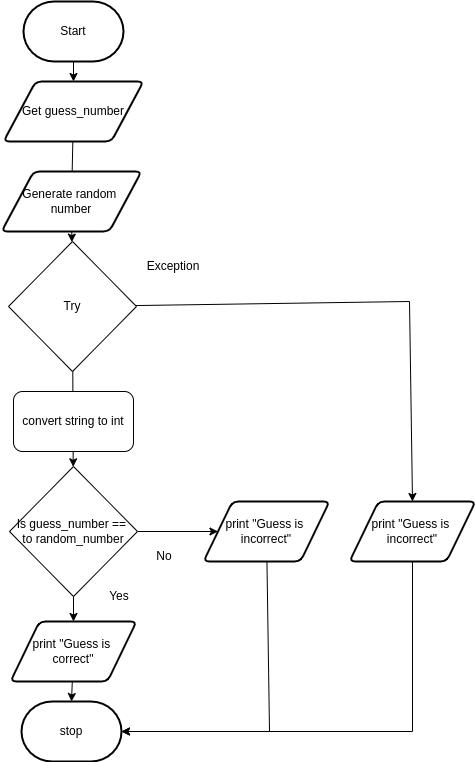
Earlier version of the draw.io export FlowChart3-06.png (JacksonNaufal/ICS3U-Unit3-06-Python). Source tidied: cells renumbered, new cells last; positions are measured from the earlier drawing's top-left corner, leaving out a move shared by most shapes.
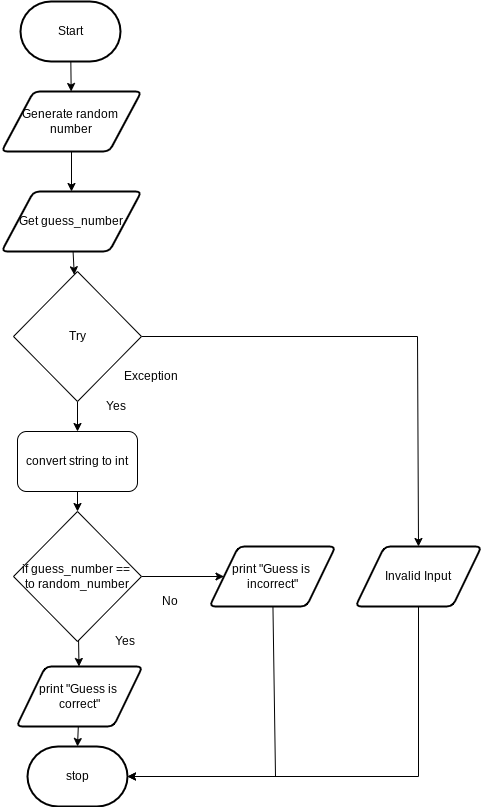
The same file after the commit.

What changed in the source:
```diff
@@ -2,23 +2,26 @@
   <root>
     <mxCell id="0" />
     <mxCell id="1" parent="0" />
-    <mxCell id="2" style="edgeStyle=none;html=1;" parent="1" edge="1" source="3" target="4">
-      <mxGeometry relative="1" as="geometry" />
-    </mxCell>
+    <mxCell id="25" style="edgeStyle=none;html=1;" parent="1" edge="1" source="3" target="16">
+      <mxGeometry relative="1" as="geometry" />
+    </mxCell>
     <mxCell id="3" value="Start" style="strokeWidth=2;html=1;shape=mxgraph.flowchart.terminator;whiteSpace=wrap;" parent="1" vertex="1">
-      <mxGeometry x="22" width="100" height="60" as="geometry" />
+      <mxGeometry x="21" y="-30" width="100" height="60" as="geometry" />
     </mxCell>
+    <mxCell id="26" style="edgeStyle=none;html=1;" parent="1" edge="1" source="4" target="20">
+      <mxGeometry relative="1" as="geometry" />
+    </mxCell>
     <mxCell id="4" value="Get guess_number" style="shape=parallelogram;html=1;strokeWidth=2;perimeter=parallelogramPerimeter;whiteSpace=wrap;rounded=1;arcSize=12;size=0.23;" parent="1" vertex="1">
-      <mxGeometry x="2" y="80" width="140" height="60" as="geometry" />
+      <mxGeometry x="2" y="160" width="140" height="60" as="geometry" />
     </mxCell>
     <mxCell id="5" style="edgeStyle=none;html=1;entryX=0.5;entryY=0;entryDx=0;entryDy=0;entryPerimeter=0;" parent="1" edge="1" source="6" target="7">
       <mxGeometry relative="1" as="geometry" />
     </mxCell>
     <mxCell id="6" value="print &quot;Guess is &lt;br&gt;correct&quot;" style="shape=parallelogram;html=1;strokeWidth=2;perimeter=parallelogramPerimeter;whiteSpace=wrap;rounded=1;arcSize=12;size=0.23;" parent="1" vertex="1">
-      <mxGeometry x="9" y="620" width="126" height="60" as="geometry" />
+      <mxGeometry x="17" y="635" width="126" height="60" as="geometry" />
     </mxCell>
     <mxCell id="7" value="stop" style="strokeWidth=2;html=1;shape=mxgraph.flowchart.terminator;whiteSpace=wrap;rounded=1;" parent="1" vertex="1">
-      <mxGeometry x="20" y="700" width="100" height="60" as="geometry" />
+      <mxGeometry x="28" y="715" width="100" height="60" as="geometry" />
     </mxCell>
     <mxCell id="8" style="edgeStyle=none;html=1;" parent="1" edge="1" source="10" target="6">
       <mxGeometry relative="1" as="geometry" />
@@ -26,62 +29,65 @@
     <mxCell id="9" style="edgeStyle=none;html=1;" parent="1" edge="1" source="10" target="14">
       <mxGeometry relative="1" as="geometry" />
     </mxCell>
-    <mxCell id="10" value="Is guess_number == &lt;br&gt;to random_number" style="rhombus;whiteSpace=wrap;html=1;" parent="1" vertex="1">
-      <mxGeometry x="8" y="465" width="128" height="130" as="geometry" />
+    <mxCell id="10" value="if guess_number == &lt;br&gt;to random_number" style="rhombus;whiteSpace=wrap;html=1;" parent="1" vertex="1">
+      <mxGeometry x="14" y="480" width="128" height="130" as="geometry" />
     </mxCell>
     <mxCell id="11" value="No" style="text;html=1;strokeColor=none;fillColor=none;align=center;verticalAlign=middle;whiteSpace=wrap;rounded=0;fontSize=12;" parent="1" vertex="1">
-      <mxGeometry x="133" y="540" width="60" height="30" as="geometry" />
+      <mxGeometry x="141" y="555" width="60" height="30" as="geometry" />
     </mxCell>
     <mxCell id="12" value="Yes" style="text;html=1;strokeColor=none;fillColor=none;align=center;verticalAlign=middle;whiteSpace=wrap;rounded=0;fontSize=12;" parent="1" vertex="1">
-      <mxGeometry x="88" y="580" width="60" height="30" as="geometry" />
+      <mxGeometry x="96" y="595" width="60" height="30" as="geometry" />
     </mxCell>
     <mxCell id="13" style="edgeStyle=none;html=1;entryX=1;entryY=0.5;entryDx=0;entryDy=0;entryPerimeter=0;rounded=0;" parent="1" edge="1" source="14" target="7">
       <mxGeometry relative="1" as="geometry">
         <Array as="points">
-          <mxPoint x="268" y="730" />
+          <mxPoint x="276" y="745" />
         </Array>
       </mxGeometry>
     </mxCell>
     <mxCell id="14" value="print &quot;Guess is &lt;br&gt;incorrect&quot;" style="shape=parallelogram;html=1;strokeWidth=2;perimeter=parallelogramPerimeter;whiteSpace=wrap;rounded=1;arcSize=12;size=0.23;" parent="1" vertex="1">
-      <mxGeometry x="202" y="500" width="126" height="60" as="geometry" />
+      <mxGeometry x="210" y="515" width="126" height="60" as="geometry" />
     </mxCell>
-    <mxCell id="15" style="edgeStyle=none;rounded=0;html=1;" parent="1" edge="1" source="16" target="20">
-      <mxGeometry relative="1" as="geometry" />
-    </mxCell>
-    <mxCell id="16" value="Generate random&amp;nbsp;&lt;br&gt;number" style="shape=parallelogram;html=1;strokeWidth=2;perimeter=parallelogramPerimeter;whiteSpace=wrap;rounded=1;arcSize=12;size=0.23;" parent="1" vertex="1">
-      <mxGeometry y="170" width="140" height="60" as="geometry" />
-    </mxCell>
-    <mxCell id="17" style="edgeStyle=none;html=1;endArrow=none;" parent="1" edge="1" source="4" target="16">
-      <mxGeometry relative="1" as="geometry" />
-    </mxCell>
-    <mxCell id="18" style="edgeStyle=none;html=1;" parent="1" edge="1" source="20" target="10">
-      <mxGeometry relative="1" as="geometry" />
-    </mxCell>
     <mxCell id="19" style="edgeStyle=none;html=1;entryX=0.5;entryY=0;entryDx=0;entryDy=0;rounded=0;" parent="1" edge="1" source="20" target="23">
       <mxGeometry relative="1" as="geometry">
         <Array as="points">
-          <mxPoint x="408" y="300" />
+          <mxPoint x="418" y="305" />
         </Array>
       </mxGeometry>
     </mxCell>
+    <mxCell id="27" style="edgeStyle=none;html=1;" parent="1" edge="1" source="20" target="24">
+      <mxGeometry relative="1" as="geometry" />
+    </mxCell>
     <mxCell id="20" value="&lt;span style=&quot;font-weight: normal&quot;&gt;Try&lt;/span&gt;" style="rhombus;whiteSpace=wrap;html=1;fontStyle=1;" parent="1" vertex="1">
-      <mxGeometry x="7" y="240" width="128" height="130" as="geometry" />
+      <mxGeometry x="14" y="240" width="128" height="130" as="geometry" />
     </mxCell>
     <mxCell id="21" value="Exception" style="text;html=1;strokeColor=none;fillColor=none;align=center;verticalAlign=middle;whiteSpace=wrap;rounded=0;fontSize=12;" parent="1" vertex="1">
-      <mxGeometry x="142" y="250" width="60" height="30" as="geometry" />
+      <mxGeometry x="122" y="330" width="60" height="30" as="geometry" />
     </mxCell>
     <mxCell id="22" style="edgeStyle=none;rounded=0;html=1;entryX=1;entryY=0.5;entryDx=0;entryDy=0;entryPerimeter=0;exitX=0.5;exitY=1;exitDx=0;exitDy=0;" parent="1" edge="1" source="23" target="7">
       <mxGeometry relative="1" as="geometry">
         <Array as="points">
-          <mxPoint x="411" y="730" />
+          <mxPoint x="419" y="745" />
         </Array>
       </mxGeometry>
     </mxCell>
-    <mxCell id="23" value="print &quot;Guess is &lt;br&gt;incorrect&quot;" style="shape=parallelogram;html=1;strokeWidth=2;perimeter=parallelogramPerimeter;whiteSpace=wrap;rounded=1;arcSize=12;size=0.23;" parent="1" vertex="1">
-      <mxGeometry x="348" y="500" width="126" height="60" as="geometry" />
+    <mxCell id="23" value="Invalid Input" style="shape=parallelogram;html=1;strokeWidth=2;perimeter=parallelogramPerimeter;whiteSpace=wrap;rounded=1;arcSize=12;size=0.23;" parent="1" vertex="1">
+      <mxGeometry x="356" y="515" width="126" height="60" as="geometry" />
     </mxCell>
+    <mxCell id="28" style="edgeStyle=none;html=1;" parent="1" edge="1" source="24" target="10">
+      <mxGeometry relative="1" as="geometry" />
+    </mxCell>
     <mxCell id="24" value="convert string to int" style="rounded=1;whiteSpace=wrap;html=1;" parent="1" vertex="1">
-      <mxGeometry x="12" y="390" width="120" height="60" as="geometry" />
+      <mxGeometry x="18" y="400" width="120" height="60" as="geometry" />
     </mxCell>
+    <mxCell id="29" value="Yes" style="text;html=1;strokeColor=none;fillColor=none;align=center;verticalAlign=middle;whiteSpace=wrap;rounded=0;fontSize=12;" parent="1" vertex="1">
+      <mxGeometry x="87" y="360" width="60" height="30" as="geometry" />
+    </mxCell>
+    <mxCell id="30" style="edgeStyle=none;html=1;" parent="1" edge="1" source="16" target="4">
+      <mxGeometry relative="1" as="geometry" />
+    </mxCell>
+    <mxCell id="16" value="Generate random&amp;nbsp;&lt;br&gt;number" style="shape=parallelogram;html=1;strokeWidth=2;perimeter=parallelogramPerimeter;whiteSpace=wrap;rounded=1;arcSize=12;size=0.23;" parent="1" vertex="1">
+      <mxGeometry x="2" y="60" width="140" height="60" as="geometry" />
+    </mxCell>
   </root>
 </mxGraphModel>
```
